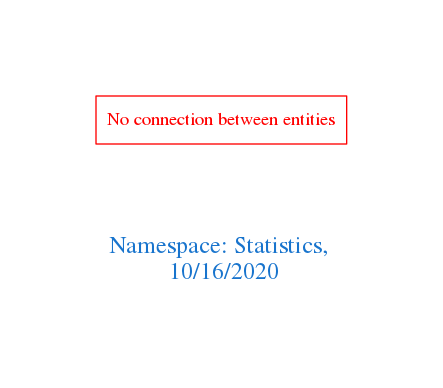
arago/OGIT keeps this Graphviz diagram as downloads/Statistics.png. Above is the earlier version. Its source is kept beside it as downloads/Statistics.dot.
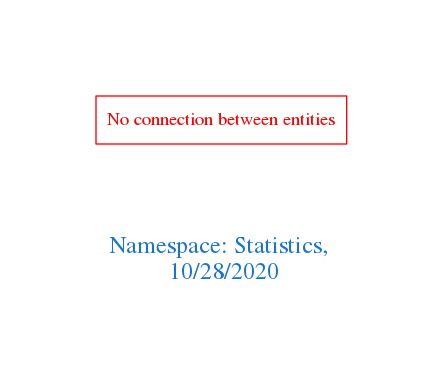
After the commit.

Diff of the diagram source:
```diff
@@ -1,7 +1,7 @@
 digraph OGIT_ontology {
  graph [ rankdir= LR,pad=1
 fontsize = 18,
-fontcolor= dodgerblue3,label = "\n\n\nNamespace: Statistics, \n 10/16/2020"];
+fontcolor= dodgerblue3,label = "\n\n\nNamespace: Statistics, \n 10/28/2020"];
 node[shape=polygon];
 edge [  color="gray81"];
 
```
